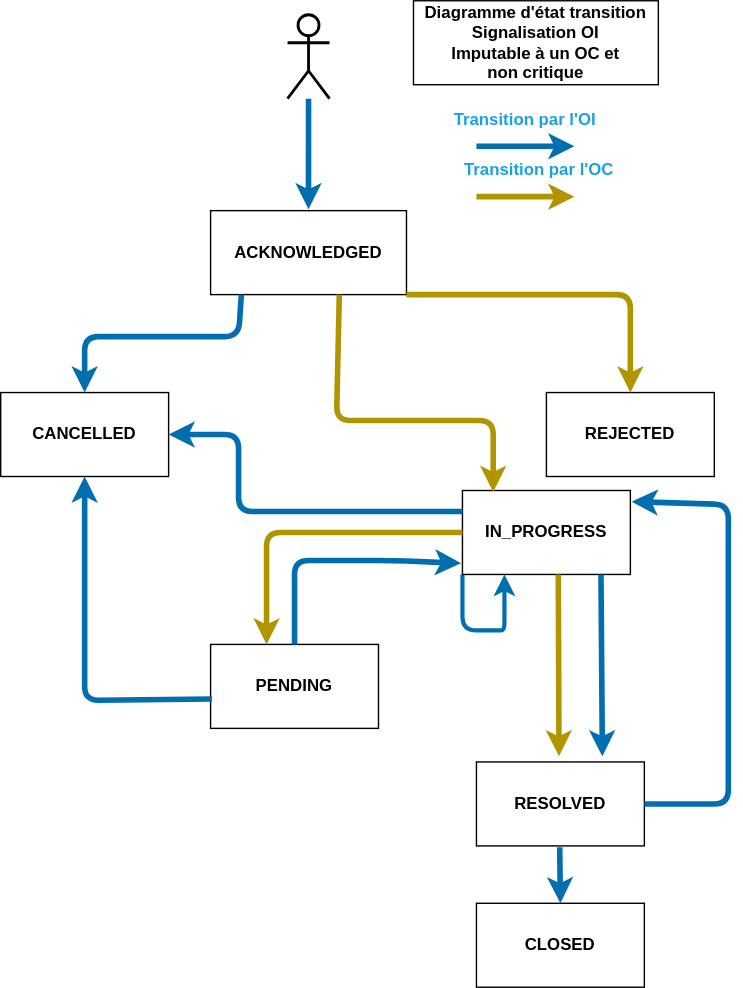
Above: statusOiOcImput.drawio.svg in before-interop/malfacon (draw.io), before the change. Source tidied: cells renumbered, new cells last; positions are measured from the earlier drawing's top-left corner, leaving out a move shared by most shapes.
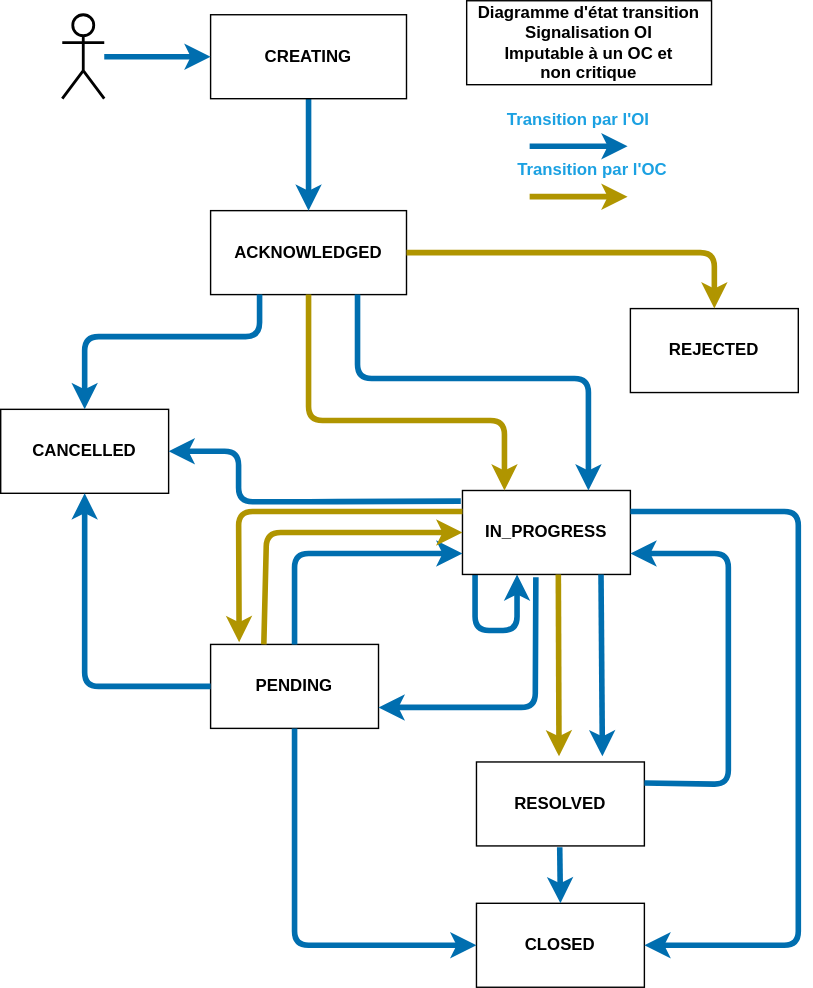
The same diagram one commit later.

What changed in the source:
```diff
@@ -5,13 +5,13 @@
     <mxCell id="2" value="&lt;b&gt;ACKNOWLEDGED&lt;/b&gt;" style="rounded=0;whiteSpace=wrap;html=1;" parent="1" vertex="1">
       <mxGeometry x="150" y="150" width="140" height="60" as="geometry" />
     </mxCell>
-    <mxCell id="3" style="edgeStyle=none;html=1;exitX=0;exitY=1;exitDx=0;exitDy=0;entryX=0.25;entryY=1;entryDx=0;entryDy=0;strokeWidth=3;fillColor=#1ba1e2;strokeColor=#006EAF;" parent="1" edge="1" source="4" target="4">
+    <mxCell id="3" style="edgeStyle=none;html=1;exitX=0;exitY=1;exitDx=0;exitDy=0;entryX=0.25;entryY=1;entryDx=0;entryDy=0;strokeWidth=4;fillColor=#1ba1e2;strokeColor=#006EAF;" parent="1" edge="1">
       <mxGeometry relative="1" as="geometry">
+        <mxPoint x="339" y="410" as="sourcePoint" />
+        <mxPoint x="369" y="410" as="targetPoint" />
         <Array as="points">
-          <mxPoint x="330" y="450" />
-          <mxPoint x="350" y="450" />
-          <mxPoint x="360" y="450" />
-          <mxPoint x="360" y="440" />
+          <mxPoint x="339" y="450" />
+          <mxPoint x="369" y="450" />
         </Array>
       </mxGeometry>
     </mxCell>
@@ -28,30 +28,27 @@
       <mxGeometry x="340" y="645" width="120" height="60" as="geometry" />
     </mxCell>
     <mxCell id="8" style="shape=umlActor;verticalLabelPosition=bottom;verticalAlign=top;html=1;outlineConnect=0;fontColor=#1BA1E2;fontStyle=0;strokeWidth=2;" parent="1" vertex="1">
-      <mxGeometry x="205" y="10" width="30" height="60" as="geometry" />
+      <mxGeometry x="44" y="10" width="30" height="60" as="geometry" />
     </mxCell>
-    <mxCell id="9" style="edgeStyle=none;html=1;entryX=0.183;entryY=0.017;entryDx=0;entryDy=0;fillColor=#e3c800;strokeColor=#B09500;strokeWidth=4;exitX=0.657;exitY=1;exitDx=0;exitDy=0;entryPerimeter=0;exitPerimeter=0;" parent="1" edge="1" source="2" target="4">
+    <mxCell id="9" style="edgeStyle=none;html=1;entryX=0.25;entryY=0;entryDx=0;entryDy=0;fillColor=#e3c800;strokeColor=#B09500;strokeWidth=4;exitX=0.5;exitY=1;exitDx=0;exitDy=0;" parent="1" edge="1" source="2" target="4">
       <mxGeometry relative="1" as="geometry">
         <Array as="points">
-          <mxPoint x="240" y="300" />
-          <mxPoint x="320" y="300" />
-          <mxPoint x="352" y="300" />
+          <mxPoint x="220" y="300" />
+          <mxPoint x="360" y="300" />
         </Array>
       </mxGeometry>
     </mxCell>
-    <mxCell id="10" style="edgeStyle=none;html=1;fillColor=#e3c800;strokeColor=#B09500;strokeWidth=4;exitX=0;exitY=0.5;exitDx=0;exitDy=0;" parent="1" edge="1" source="4">
+    <mxCell id="10" style="edgeStyle=none;html=1;fillColor=#e3c800;strokeColor=#B09500;strokeWidth=4;exitX=0;exitY=0.25;exitDx=0;exitDy=0;entryX=0.17;entryY=-0.027;entryDx=0;entryDy=0;entryPerimeter=0;" parent="1" edge="1" source="4" target="5">
       <mxGeometry relative="1" as="geometry">
-        <mxPoint x="190" y="460" as="targetPoint" />
         <Array as="points">
-          <mxPoint x="190" y="380" />
+          <mxPoint x="170" y="365" />
         </Array>
       </mxGeometry>
     </mxCell>
-    <mxCell id="11" style="edgeStyle=none;html=1;fillColor=#1ba1e2;strokeColor=#006EAF;strokeWidth=4;exitX=0.5;exitY=0;exitDx=0;exitDy=0;entryX=-0.008;entryY=0.867;entryDx=0;entryDy=0;entryPerimeter=0;" parent="1" edge="1" source="5" target="4">
+    <mxCell id="11" style="edgeStyle=none;html=1;fillColor=#1ba1e2;strokeColor=#006EAF;strokeWidth=4;exitX=0.5;exitY=0;exitDx=0;exitDy=0;entryX=0;entryY=0.75;entryDx=0;entryDy=0;" parent="1" edge="1" source="5" target="4">
       <mxGeometry relative="1" as="geometry">
         <Array as="points">
-          <mxPoint x="210" y="400" />
-          <mxPoint x="280" y="400" />
+          <mxPoint x="210" y="395" />
         </Array>
       </mxGeometry>
     </mxCell>
@@ -67,13 +64,11 @@
         <mxPoint x="430" y="540" as="targetPoint" />
       </mxGeometry>
     </mxCell>
-    <mxCell id="14" style="edgeStyle=none;html=1;entryX=1.008;entryY=0.133;entryDx=0;entryDy=0;fillColor=#1ba1e2;strokeColor=#006EAF;strokeWidth=4;entryPerimeter=0;exitX=1;exitY=0.5;exitDx=0;exitDy=0;" parent="1" edge="1" source="6" target="4">
+    <mxCell id="14" style="edgeStyle=none;html=1;entryX=1;entryY=0.75;entryDx=0;entryDy=0;fillColor=#1ba1e2;strokeColor=#006EAF;strokeWidth=4;exitX=1;exitY=0.25;exitDx=0;exitDy=0;" parent="1" edge="1" source="6" target="4">
       <mxGeometry relative="1" as="geometry">
         <Array as="points">
-          <mxPoint x="520" y="574" />
-          <mxPoint x="520" y="490" />
-          <mxPoint x="520" y="400" />
-          <mxPoint x="520" y="360" />
+          <mxPoint x="520" y="560" />
+          <mxPoint x="520" y="395" />
         </Array>
       </mxGeometry>
     </mxCell>
@@ -84,71 +79,113 @@
       </mxGeometry>
     </mxCell>
     <mxCell id="16" value="&lt;b&gt;CANCELLED&lt;/b&gt;" style="rounded=0;whiteSpace=wrap;html=1;" parent="1" vertex="1">
-      <mxGeometry y="280" width="120" height="60" as="geometry" />
+      <mxGeometry y="292" width="120" height="60" as="geometry" />
     </mxCell>
-    <mxCell id="17" style="edgeStyle=none;html=1;entryX=0.5;entryY=0;entryDx=0;entryDy=0;fillColor=#1ba1e2;strokeColor=#006EAF;strokeWidth=4;exitX=0.157;exitY=1;exitDx=0;exitDy=0;exitPerimeter=0;" parent="1" edge="1" source="2" target="16">
+    <mxCell id="17" style="edgeStyle=none;html=1;entryX=0.5;entryY=0;entryDx=0;entryDy=0;fillColor=#1ba1e2;strokeColor=#006EAF;strokeWidth=4;exitX=0.25;exitY=1;exitDx=0;exitDy=0;" parent="1" edge="1" source="2" target="16">
       <mxGeometry relative="1" as="geometry">
         <Array as="points">
-          <mxPoint x="170" y="240" />
-          <mxPoint x="120" y="240" />
+          <mxPoint x="185" y="240" />
           <mxPoint x="60" y="240" />
         </Array>
       </mxGeometry>
     </mxCell>
-    <mxCell id="18" style="edgeStyle=none;html=1;fillColor=#1ba1e2;strokeColor=#006EAF;strokeWidth=4;exitX=0.008;exitY=0.65;exitDx=0;exitDy=0;entryX=0.5;entryY=1;entryDx=0;entryDy=0;exitPerimeter=0;" parent="1" edge="1" source="5" target="16">
+    <mxCell id="18" style="edgeStyle=none;html=1;fillColor=#1ba1e2;strokeColor=#006EAF;strokeWidth=4;exitX=0;exitY=0.5;exitDx=0;exitDy=0;entryX=0.5;entryY=1;entryDx=0;entryDy=0;" parent="1" edge="1" source="5" target="16">
       <mxGeometry relative="1" as="geometry">
         <Array as="points">
-          <mxPoint x="60" y="500" />
+          <mxPoint x="60" y="490" />
         </Array>
       </mxGeometry>
     </mxCell>
-    <mxCell id="19" style="edgeStyle=none;html=1;fillColor=#1ba1e2;strokeColor=#006EAF;strokeWidth=4;exitX=0;exitY=0.25;exitDx=0;exitDy=0;entryX=1;entryY=0.5;entryDx=0;entryDy=0;" parent="1" edge="1" source="4" target="16">
+    <mxCell id="19" style="edgeStyle=none;html=1;fillColor=#1ba1e2;strokeColor=#006EAF;strokeWidth=4;exitX=-0.01;exitY=0.127;exitDx=0;exitDy=0;entryX=1;entryY=0.5;entryDx=0;entryDy=0;exitPerimeter=0;" parent="1" edge="1" source="4" target="16">
       <mxGeometry relative="1" as="geometry">
         <Array as="points">
-          <mxPoint x="170" y="365" />
-          <mxPoint x="170" y="310" />
+          <mxPoint x="230" y="358" />
+          <mxPoint x="170" y="358" />
+          <mxPoint x="170" y="322" />
         </Array>
       </mxGeometry>
     </mxCell>
     <mxCell id="20" value="&lt;b&gt;REJECTED&lt;/b&gt;" style="rounded=0;whiteSpace=wrap;html=1;" parent="1" vertex="1">
-      <mxGeometry x="390" y="280" width="120" height="60" as="geometry" />
+      <mxGeometry x="450" y="220" width="120" height="60" as="geometry" />
     </mxCell>
-    <mxCell id="21" style="edgeStyle=none;html=1;fillColor=#e3c800;strokeColor=#B09500;strokeWidth=4;entryX=0.5;entryY=0;entryDx=0;entryDy=0;exitX=1;exitY=1;exitDx=0;exitDy=0;" parent="1" edge="1" source="2" target="20">
+    <mxCell id="21" style="edgeStyle=none;html=1;fillColor=#e3c800;strokeColor=#B09500;strokeWidth=4;entryX=0.5;entryY=0;entryDx=0;entryDy=0;exitX=1;exitY=0.5;exitDx=0;exitDy=0;" parent="1" edge="1" source="2" target="20">
       <mxGeometry relative="1" as="geometry">
         <Array as="points">
-          <mxPoint x="450" y="210" />
+          <mxPoint x="510" y="180" />
         </Array>
       </mxGeometry>
     </mxCell>
-    <mxCell id="22" style="endArrow=classic;html=1;strokeWidth=4;fillColor=#1ba1e2;strokeColor=#006EAF;entryX=0.607;entryY=-0.017;entryDx=0;entryDy=0;entryPerimeter=0;" parent="1" edge="1">
+    <mxCell id="22" style="endArrow=classic;html=1;strokeWidth=4;fillColor=#1ba1e2;strokeColor=#006EAF;exitX=0.5;exitY=1;exitDx=0;exitDy=0;" parent="1" edge="1" source="28">
       <mxGeometry relative="1" as="geometry">
-        <mxPoint x="220" y="70" as="sourcePoint" />
-        <mxPoint x="220" y="149" as="targetPoint" />
+        <mxPoint x="220" y="150" as="targetPoint" />
       </mxGeometry>
     </mxCell>
     <mxCell id="23" value="&lt;b&gt;&lt;font style=&quot;font-size: 12px;&quot;&gt;Diagramme d'état transition Signalisation OI &lt;br&gt;Imputable à un OC et &lt;br&gt;non critique&lt;/font&gt;&lt;/b&gt;" style="text;html=1;strokeColor=black;fillColor=none;align=center;verticalAlign=middle;whiteSpace=wrap;rounded=0;fontSize=11;" parent="1" vertex="1">
-      <mxGeometry x="295" width="175" height="60" as="geometry" />
+      <mxGeometry x="333" width="175" height="60" as="geometry" />
     </mxCell>
     <mxCell id="24" style="endArrow=classic;html=1;strokeWidth=4;fillColor=#1ba1e2;strokeColor=#006EAF;" parent="1" edge="1">
       <mxGeometry relative="1" as="geometry">
-        <mxPoint x="340" y="104" as="sourcePoint" />
-        <mxPoint x="410" y="104" as="targetPoint" />
+        <mxPoint x="378" y="104" as="sourcePoint" />
+        <mxPoint x="448" y="104" as="targetPoint" />
       </mxGeometry>
     </mxCell>
     <mxCell id="25" value="&lt;b&gt;Transition par l'OI&lt;/b&gt;" style="text;html=1;strokeColor=none;fillColor=none;align=center;verticalAlign=middle;whiteSpace=wrap;rounded=0;fontColor=#1BA1E2;" parent="1" vertex="1">
-      <mxGeometry x="320" y="70" width="110" height="30" as="geometry" />
+      <mxGeometry x="358" y="70" width="110" height="30" as="geometry" />
     </mxCell>
     <mxCell id="26" value="&lt;b&gt;Transition par l'OC&lt;/b&gt;" style="text;html=1;strokeColor=none;fillColor=none;align=center;verticalAlign=middle;whiteSpace=wrap;rounded=0;fontColor=#1BA1E2;" parent="1" vertex="1">
-      <mxGeometry x="330" y="106" width="110" height="30" as="geometry" />
+      <mxGeometry x="368" y="106" width="110" height="30" as="geometry" />
     </mxCell>
     <mxCell id="27" style="edgeStyle=none;html=1;strokeWidth=4;fontColor=#1BA1E2;fillColor=#e3c800;strokeColor=#B09500;" parent="1" edge="1">
       <mxGeometry relative="1" as="geometry">
-        <mxPoint x="340" y="140" as="sourcePoint" />
-        <mxPoint x="410" y="140" as="targetPoint" />
+        <mxPoint x="378" y="140" as="sourcePoint" />
+        <mxPoint x="448" y="140" as="targetPoint" />
         <Array as="points">
-          <mxPoint x="400" y="140" />
+          <mxPoint x="438" y="140" />
         </Array>
       </mxGeometry>
     </mxCell>
+    <mxCell id="28" value="&lt;b&gt;CREATING&lt;/b&gt;" style="rounded=0;whiteSpace=wrap;html=1;" parent="1" vertex="1">
+      <mxGeometry x="150" y="10" width="140" height="60" as="geometry" />
+    </mxCell>
+    <mxCell id="29" style="endArrow=classic;html=1;strokeWidth=4;fillColor=#1ba1e2;strokeColor=#006EAF;entryX=0;entryY=0.5;entryDx=0;entryDy=0;" parent="1" edge="1" source="8" target="28">
+      <mxGeometry relative="1" as="geometry" />
+    </mxCell>
+    <mxCell id="30" style="endArrow=classic;html=1;strokeWidth=4;fillColor=#1ba1e2;strokeColor=#006EAF;exitX=0.75;exitY=1;exitDx=0;exitDy=0;entryX=0.75;entryY=0;entryDx=0;entryDy=0;" parent="1" edge="1" source="2" target="4">
+      <mxGeometry relative="1" as="geometry">
+        <Array as="points">
+          <mxPoint x="255" y="270" />
+          <mxPoint x="420" y="270" />
+        </Array>
+      </mxGeometry>
+    </mxCell>
+    <mxCell id="31" style="edgeStyle=none;html=1;fillColor=#1ba1e2;strokeColor=#006EAF;strokeWidth=4;exitX=0.437;exitY=1.033;exitDx=0;exitDy=0;entryX=1;entryY=0.75;entryDx=0;entryDy=0;exitPerimeter=0;" parent="1" edge="1" source="4" target="5">
+      <mxGeometry relative="1" as="geometry">
+        <Array as="points">
+          <mxPoint x="382" y="505" />
+        </Array>
+      </mxGeometry>
+    </mxCell>
+    <mxCell id="32" style="edgeStyle=none;html=1;fillColor=#1ba1e2;strokeColor=#006EAF;strokeWidth=4;exitX=1;exitY=0.25;exitDx=0;exitDy=0;entryX=1;entryY=0.5;entryDx=0;entryDy=0;" parent="1" edge="1" source="4" target="7">
+      <mxGeometry relative="1" as="geometry">
+        <Array as="points">
+          <mxPoint x="570" y="365" />
+          <mxPoint x="570" y="675" />
+        </Array>
+      </mxGeometry>
+    </mxCell>
+    <mxCell id="33" style="edgeStyle=none;html=1;fillColor=#1ba1e2;strokeColor=#006EAF;strokeWidth=4;exitX=0.5;exitY=1;exitDx=0;exitDy=0;entryX=0;entryY=0.5;entryDx=0;entryDy=0;" parent="1" edge="1" source="5" target="7">
+      <mxGeometry relative="1" as="geometry">
+        <Array as="points">
+          <mxPoint x="210" y="675" />
+        </Array>
+      </mxGeometry>
+    </mxCell>
+    <mxCell id="34" style="edgeStyle=none;html=1;fillColor=#e3c800;strokeColor=#B09500;strokeWidth=4;entryX=0;entryY=0.5;entryDx=0;entryDy=0;exitX=0.317;exitY=0;exitDx=0;exitDy=0;exitPerimeter=0;" parent="1" edge="1" source="5" target="4">
+      <mxGeometry relative="1" as="geometry">
+        <Array as="points">
+          <mxPoint x="190" y="380" />
+        </Array>
+      </mxGeometry>
+    </mxCell>
   </root>
 </mxGraphModel>
```
